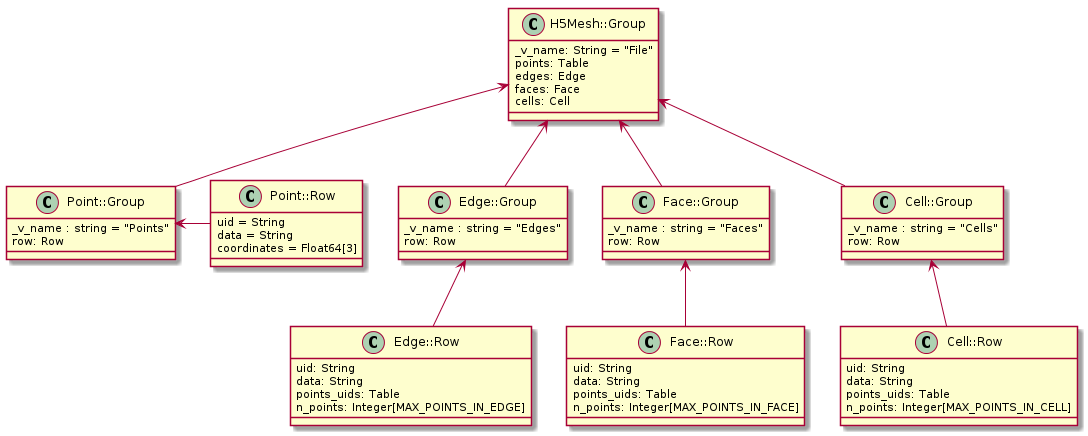
This is doc/source/images/h5mesh.png from simphony/simphony-common, a PlantUML export, as it was before one commit. The source it was exported from:
```plantuml
@startuml
class Mesh as "H5Mesh::Group" {
  _v_name: String = "File"
  points: Table
  edges: Edge
  faces: Face
  cells: Cell
}

class Point as "Point::Group" {
  _v_name : string = "Points"
  row: Row
}

class Edge as "Edge::Group" {
  _v_name : string = "Edges"
  row: Row
}

class Face as "Face::Group" {
  _v_name : string = "Faces"
  row: Row
}

class Cell as "Cell::Group" {
  _v_name : string = "Cells"
 row: Row
}

class PointRow as "Point::Row" {
  uid = String
  data = String
  coordinates = Float64[3]
}

class EdgeRow as "Edge::Row" {
  uid: String
  data: String
  points_uids: Table
  n_points: Integer[MAX_POINTS_IN_EDGE]
}

class FaceRow as "Face::Row" {
  uid: String
  data: String
  points_uids: Table
  n_points: Integer[MAX_POINTS_IN_FACE]
}

class CellRow as "Cell::Row" {
  uid: String
  data: String
  points_uids: Table
  n_points: Integer[MAX_POINTS_IN_CELL]
}

Mesh <-- Point
Mesh <-- Edge
Mesh <-- Face
Mesh <-- Cell

Point <- PointRow
Edge <--EdgeRow
Face <--FaceRow
Cell <--CellRow
@enduml
```
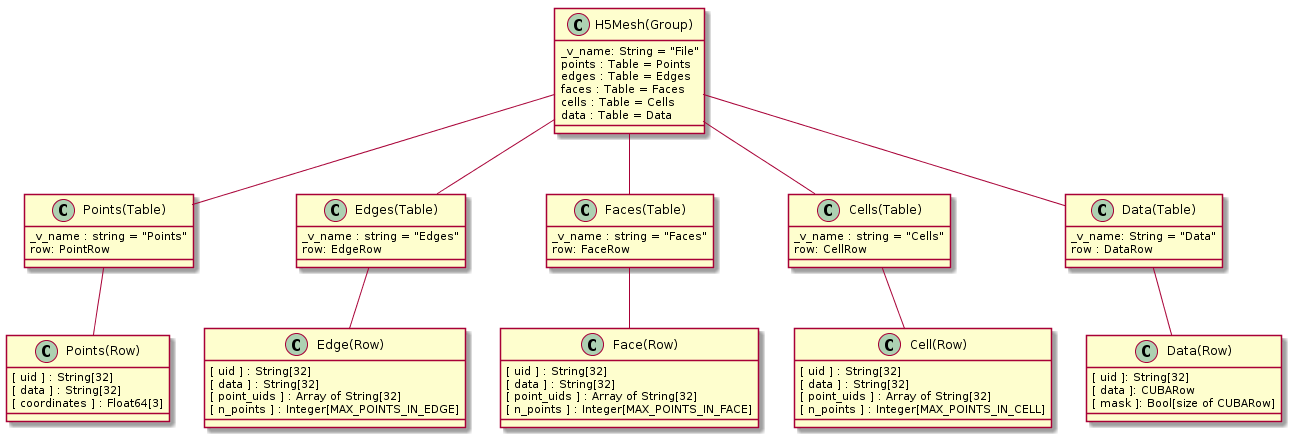
After the commit.

Commit message:
Update mesh with the last suggestions

Diff of the diagram source:
```diff
@@ -1,66 +1,81 @@
 @startuml
-class Mesh as "H5Mesh::Group" {
+class Mesh as "H5Mesh(Group)" {
   _v_name: String = "File"
-  points: Table
-  edges: Edge
-  faces: Face
-  cells: Cell
+  points : Table = Points
+  edges : Table = Edges
+  faces : Table = Faces
+  cells : Table = Cells
+  data : Table = Data
 }
 
-class Point as "Point::Group" {
+class Points as "Points(Table)" {
   _v_name : string = "Points"
-  row: Row
+  row: PointRow
 }
 
-class Edge as "Edge::Group" {
+class Edges as "Edges(Table)" {
   _v_name : string = "Edges"
-  row: Row
+  row: EdgeRow
 }
 
-class Face as "Face::Group" {
+class Faces as "Faces(Table)" {
   _v_name : string = "Faces"
-  row: Row
+  row: FaceRow
 }
 
-class Cell as "Cell::Group" {
+class Cells as "Cells(Table)" {
   _v_name : string = "Cells"
- row: Row
+ row: CellRow
 }
 
-class PointRow as "Point::Row" {
-  uid = String
-  data = String
-  coordinates = Float64[3]
+class Data as "Data(Table)" {
+  _v_name: String = "Data"
+  row : DataRow
 }
 
-class EdgeRow as "Edge::Row" {
-  uid: String
-  data: String
-  points_uids: Table
-  n_points: Integer[MAX_POINTS_IN_EDGE]
+class PointRow as "Points(Row)" {
+  [ uid ] : String[32]
+  [ data ] : String[32]
+  [ coordinates ] : Float64[3]
 }
 
-class FaceRow as "Face::Row" {
-  uid: String
-  data: String
-  points_uids: Table
-  n_points: Integer[MAX_POINTS_IN_FACE]
+class EdgeRow as "Edge(Row)" {
+  [ uid ] : String[32]
+  [ data ] : String[32]
+  [ point_uids ] : Array of String[32]
+  [ n_points ] : Integer[MAX_POINTS_IN_EDGE]
 }
 
-class CellRow as "Cell::Row" {
-  uid: String
-  data: String
-  points_uids: Table
-  n_points: Integer[MAX_POINTS_IN_CELL]
+class FaceRow as "Face(Row)" {
+  [ uid ] : String[32]
+  [ data ] : String[32]
+  [ point_uids ] : Array of String[32]
+  [ n_points ] : Integer[MAX_POINTS_IN_FACE]
 }
 
-Mesh <-- Point
-Mesh <-- Edge
-Mesh <-- Face
-Mesh <-- Cell
+class CellRow as "Cell(Row)" {
+  [ uid ] : String[32]
+  [ data ] : String[32]
+  [ point_uids ] : Array of String[32]
+  [ n_points ] : Integer[MAX_POINTS_IN_CELL]
+}
 
-Point <- PointRow
-Edge <--EdgeRow
-Face <--FaceRow
-Cell <--CellRow
+class DataRow as "Data(Row)" {
+  [ uid ]: String[32]
+  [ data ]: CUBARow
+  [ mask ]: Bool[size of CUBARow]
+}
+
+Mesh -- Data
+Mesh -- Points
+Mesh -- Edges
+Mesh -- Faces
+Mesh -- Cells
+
+Points -- PointRow
+Edges --EdgeRow
+Faces --FaceRow
+Cells --CellRow
+Data -- DataRow
+
 @enduml
```
